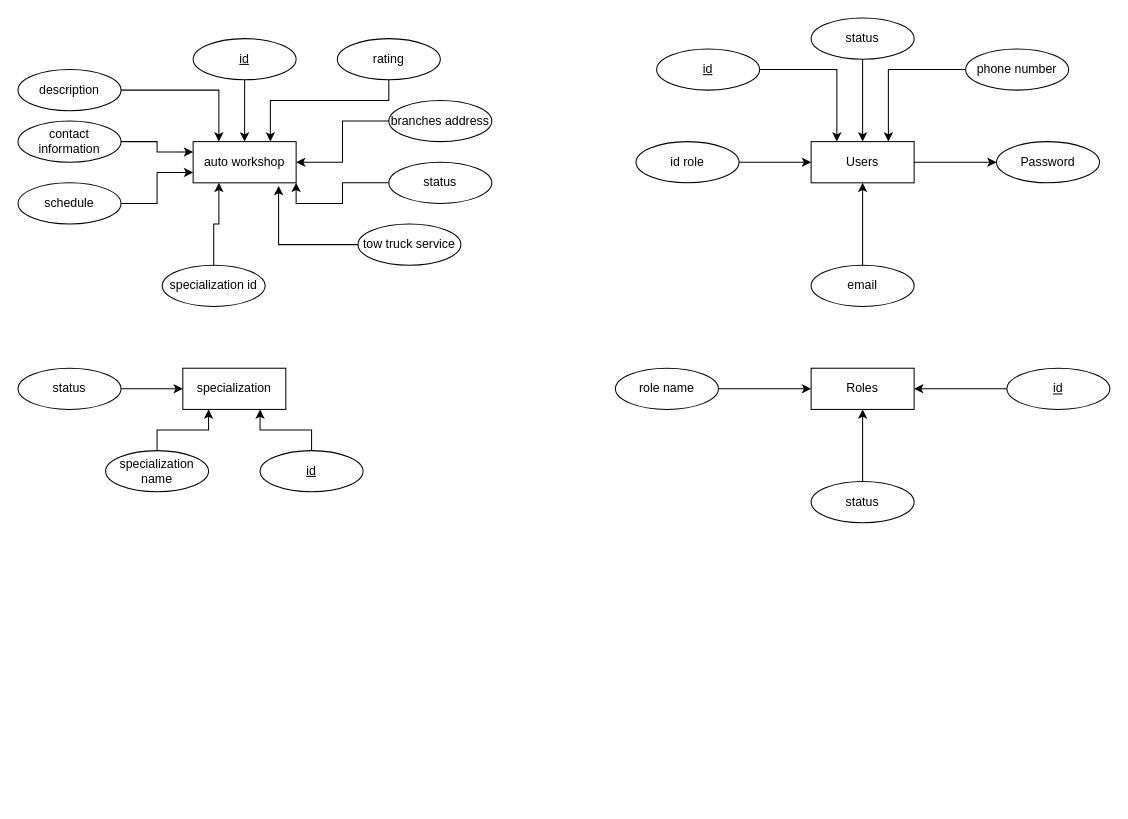
The draw.io diagram Untitled Diagram.drawio in DrDaxter/diagrams, before the edit. Source tidied: cells renumbered, new cells numbered last; positions are measured from the earlier drawing's top-left corner, leaving out a move shared by most shapes. Both pictures are drawn from the tidied source at 103%, with x=0, y=0 at pixel (18, 18).
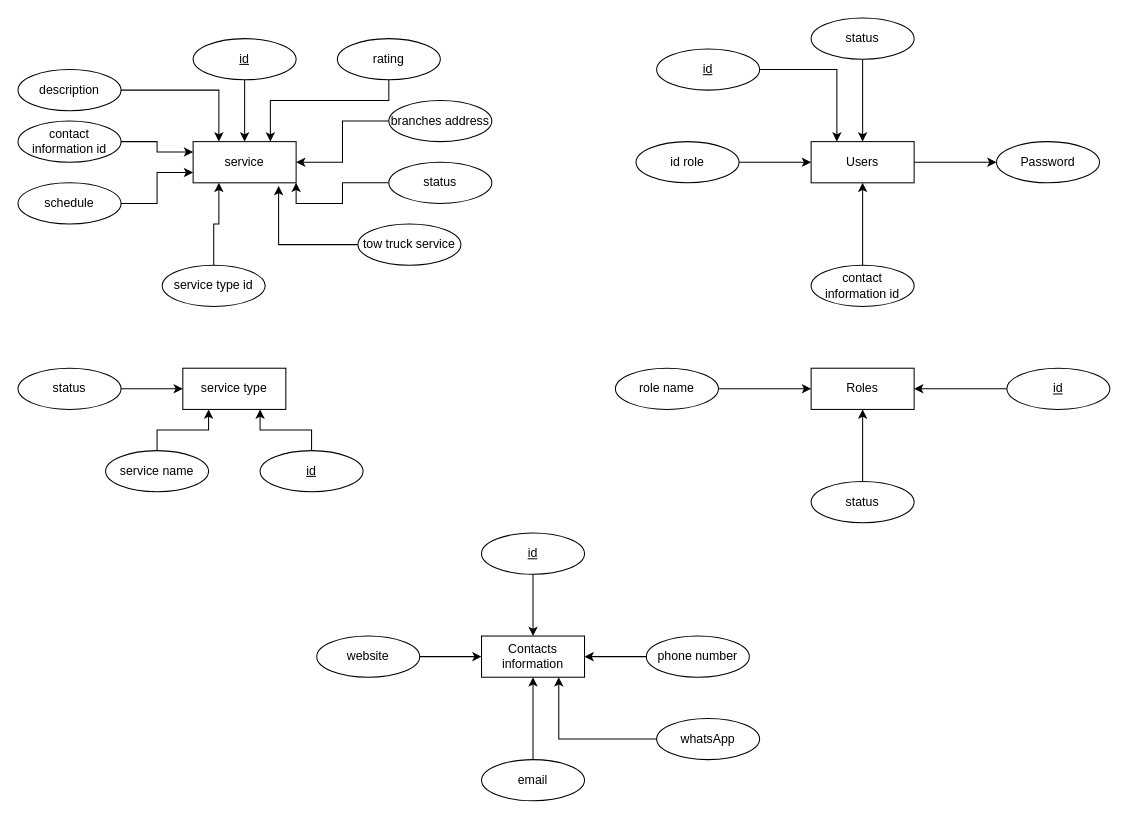
Above is the later version.

Commit message:
contact entity added

The change refers to these unchanged cells:
```xml
<mxCell id="30" value="Users" style="whiteSpace=wrap;html=1;align=center;" parent="1" vertex="1">
  <mxGeometry x="770" y="120" width="100" height="40" as="geometry" />
</mxCell>
```

What changed in the source:
```diff
@@
-    <mxCell id="2" value="auto workshop" style="whiteSpace=wrap;html=1;align=center;" parent="1" vertex="1">
+    <mxCell id="2" value="service" style="whiteSpace=wrap;html=1;align=center;" parent="1" vertex="1">
       <mxGeometry x="170" y="120" width="100" height="40" as="geometry" />
     </mxCell>
@@
-    <mxCell id="13" value="contact information" style="ellipse;whiteSpace=wrap;html=1;align=center;" parent="1" vertex="1">
+    <mxCell id="13" value="contact information id" style="ellipse;whiteSpace=wrap;html=1;align=center;" parent="1" vertex="1">
       <mxGeometry y="100" width="100" height="40" as="geometry" />
     </mxCell>
@@
-    <mxCell id="17" value="specialization name" style="ellipse;whiteSpace=wrap;html=1;align=center;" parent="1" vertex="1">
+    <mxCell id="17" value="service name" style="ellipse;whiteSpace=wrap;html=1;align=center;" parent="1" vertex="1">
       <mxGeometry x="85" y="420" width="100" height="40" as="geometry" />
     </mxCell>
@@
-    <mxCell id="22" value="specialization" style="whiteSpace=wrap;html=1;align=center;" parent="1" vertex="1">
+    <mxCell id="22" value="service type" style="whiteSpace=wrap;html=1;align=center;" parent="1" vertex="1">
       <mxGeometry x="160" y="340" width="100" height="40" as="geometry" />
     </mxCell>
@@
-    <mxCell id="24" value="specialization id" style="ellipse;whiteSpace=wrap;html=1;align=center;" parent="1" vertex="1">
+    <mxCell id="24" value="service type id" style="ellipse;whiteSpace=wrap;html=1;align=center;" parent="1" vertex="1">
       <mxGeometry x="140" y="240" width="100" height="40" as="geometry" />
     </mxCell>
@@
-    <mxCell id="32" value="email" style="ellipse;whiteSpace=wrap;html=1;align=center;" parent="1" vertex="1">
+    <mxCell id="32" value="contact information id" style="ellipse;whiteSpace=wrap;html=1;align=center;" parent="1" vertex="1">
       <mxGeometry x="770" y="240" width="100" height="40" as="geometry" />
     </mxCell>
@@
-    <mxCell id="40" style="edgeStyle=orthogonalEdgeStyle;rounded=0;jettySize=auto;html=1;entryX=0.75;entryY=0;entryDx=0;entryDy=0;" parent="1" edge="1" source="41" target="30">
-      <mxGeometry relative="1" as="geometry" />
-    </mxCell>
-    <mxCell id="41" value="phone number" style="ellipse;whiteSpace=wrap;html=1;align=center;" parent="1" vertex="1">
-      <mxGeometry x="920" y="30" width="100" height="40" as="geometry" />
-    </mxCell>
@@
+    <mxCell id="49" value="Contacts information" style="whiteSpace=wrap;html=1;align=center;" parent="1" vertex="1">
+      <mxGeometry x="450" y="600" width="100" height="40" as="geometry" />
+    </mxCell>
+    <mxCell id="50" style="edgeStyle=orthogonalEdgeStyle;rounded=0;jettySize=auto;html=1;" parent="1" edge="1" source="51" target="49">
+      <mxGeometry relative="1" as="geometry" />
+    </mxCell>
+    <mxCell id="51" value="id" style="ellipse;whiteSpace=wrap;html=1;align=center;fontStyle=4;" parent="1" vertex="1">
+      <mxGeometry x="450" y="500" width="100" height="40" as="geometry" />
+    </mxCell>
+    <mxCell id="52" style="edgeStyle=orthogonalEdgeStyle;rounded=0;jettySize=auto;html=1;" parent="1" edge="1" source="53" target="49">
+      <mxGeometry relative="1" as="geometry" />
+    </mxCell>
+    <mxCell id="53" value="email" style="ellipse;whiteSpace=wrap;html=1;align=center;" parent="1" vertex="1">
+      <mxGeometry x="450" y="720" width="100" height="40" as="geometry" />
+    </mxCell>
+    <mxCell id="54" style="edgeStyle=orthogonalEdgeStyle;rounded=0;jettySize=auto;html=1;" parent="1" edge="1" source="41" target="49">
+      <mxGeometry relative="1" as="geometry" />
+    </mxCell>
+    <mxCell id="41" value="phone number" style="ellipse;whiteSpace=wrap;html=1;align=center;" parent="1" vertex="1">
+      <mxGeometry x="610" y="600" width="100" height="40" as="geometry" />
+    </mxCell>
+    <mxCell id="55" style="edgeStyle=orthogonalEdgeStyle;rounded=0;jettySize=auto;html=1;entryX=0.75;entryY=1;entryDx=0;entryDy=0;" parent="1" edge="1" source="56" target="49">
+      <mxGeometry relative="1" as="geometry" />
+    </mxCell>
+    <mxCell id="56" value="whatsApp" style="ellipse;whiteSpace=wrap;html=1;align=center;" parent="1" vertex="1">
+      <mxGeometry x="620" y="680" width="100" height="40" as="geometry" />
+    </mxCell>
+    <mxCell id="57" style="edgeStyle=orthogonalEdgeStyle;rounded=0;jettySize=auto;html=1;" parent="1" edge="1" source="58" target="49">
+      <mxGeometry relative="1" as="geometry" />
+    </mxCell>
+    <mxCell id="58" value="website" style="ellipse;whiteSpace=wrap;html=1;align=center;" parent="1" vertex="1">
+      <mxGeometry x="290" y="600" width="100" height="40" as="geometry" />
+    </mxCell>
```
